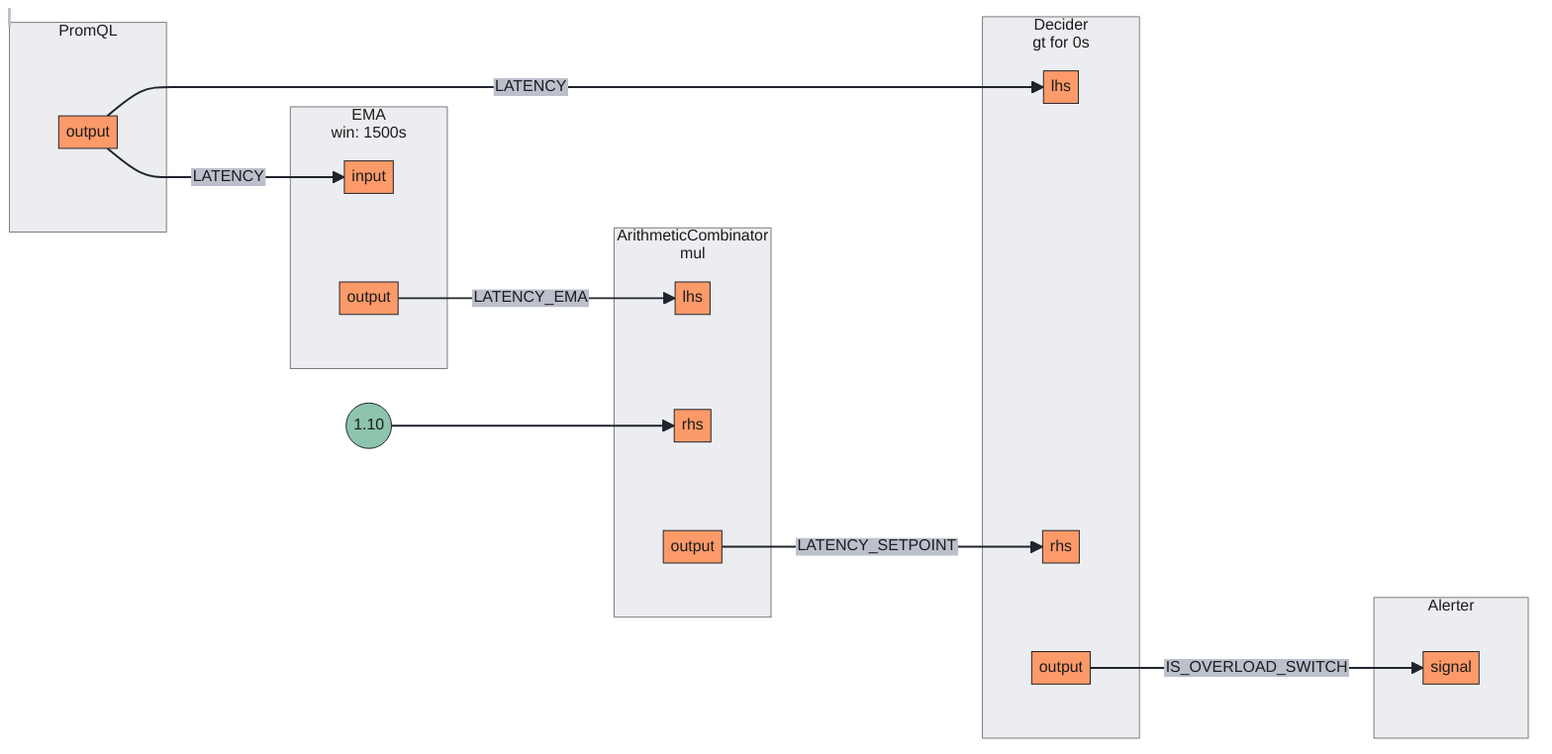
dataongunlaws/aperture keeps this Mermaid diagram as docs/content/tutorials/signal-processing/assets/detecting-overload/detecting-overload.mmd.png. Above is the earlier version. Its source is kept beside it as docs/content/tutorials/signal-processing/assets/detecting-overload/detecting-overload.mmd.
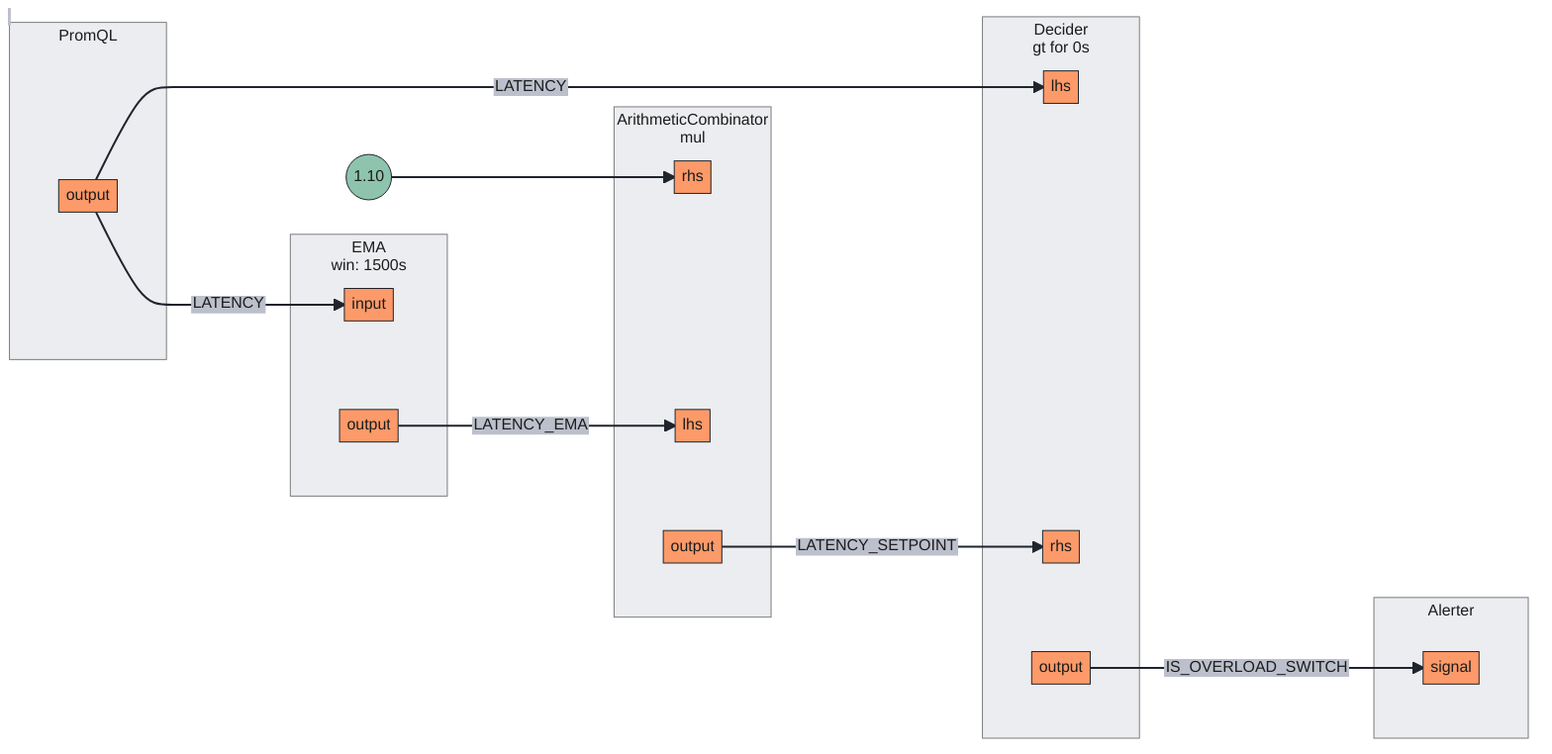
The same file after the commit.

Diff of the diagram source:
```diff
@@ -18,8 +18,8 @@
 subgraph 2[<center>ArithmeticCombinator<br/>mul</center>]
 subgraph 2_inports[ ]
 style 2_inports fill:none,stroke:none
+2rhs[rhs]
 2lhs[lhs]
-2rhs[rhs]
 end
 subgraph 2_outports[ ]
 style 2_outports fill:none,stroke:none
@@ -45,8 +45,8 @@
 4signal[signal]
 end
 end
+2output --> |LATENCY_SETPOINT| 3rhs
+3output --> |IS_OVERLOAD_SWITCH| 4signal
 0output --> |LATENCY| 1input
 0output --> |LATENCY| 3lhs
 1output --> |LATENCY_EMA| 2lhs
-2output --> |LATENCY_SETPOINT| 3rhs
-3output --> |IS_OVERLOAD_SWITCH| 4signal
```
